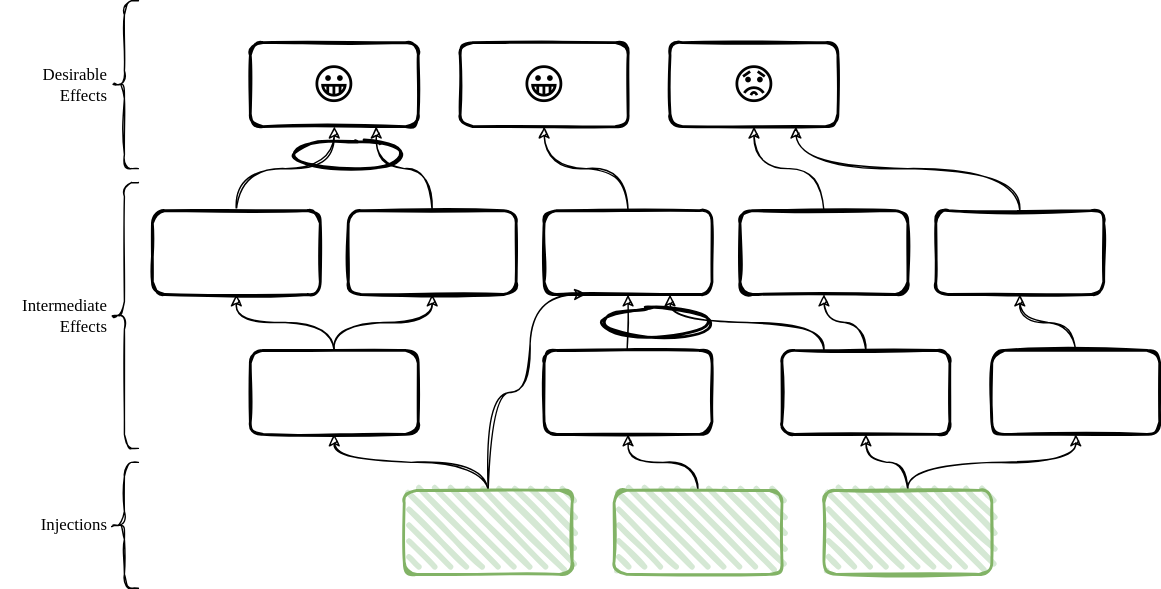
Above: src/slides/drawings/frt.structure.drawio.svg in thomykay/devspace-systemsthinking (draw.io), before the change. Source tidied: cells renumbered, new cells last; positions are measured from the earlier drawing's top-left corner, leaving out a move shared by most shapes.
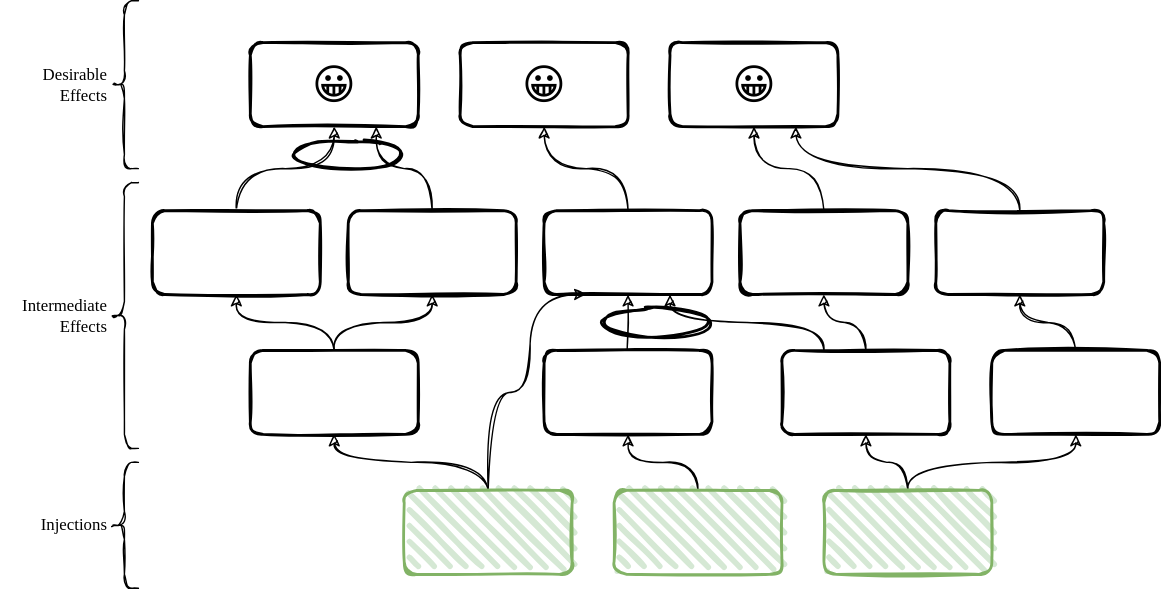
Later version of the same file.

Diff of the diagram source:
```diff
@@ -8,7 +8,7 @@
     <mxCell id="3" value="&lt;span style=&quot;font-size: 30px&quot;&gt;😀&lt;/span&gt;" style="rounded=1;whiteSpace=wrap;html=1;strokeWidth=2;fillWeight=4;hachureGap=8;hachureAngle=45;sketch=1;" parent="1" vertex="1">
       <mxGeometry x="250" y="30" width="120" height="60" as="geometry" />
     </mxCell>
-    <mxCell id="4" value="&lt;font style=&quot;font-size: 30px&quot;&gt;😟&lt;/font&gt;" style="rounded=1;whiteSpace=wrap;html=1;strokeWidth=2;fillWeight=4;hachureGap=8;hachureAngle=45;sketch=1;" parent="1" vertex="1">
+    <mxCell id="4" value="&lt;span style=&quot;font-size: 30px&quot;&gt;😀&lt;/span&gt;" style="rounded=1;whiteSpace=wrap;html=1;strokeWidth=2;fillWeight=4;hachureGap=8;hachureAngle=45;sketch=1;" parent="1" vertex="1">
       <mxGeometry x="400" y="30" width="120" height="60" as="geometry" />
     </mxCell>
     <mxCell id="5" style="edgeStyle=orthogonalEdgeStyle;rounded=0;jettySize=auto;html=1;entryX=0.5;entryY=1;entryDx=0;entryDy=0;sketch=1;curved=1;" parent="1" edge="1" source="6" target="2">
```
